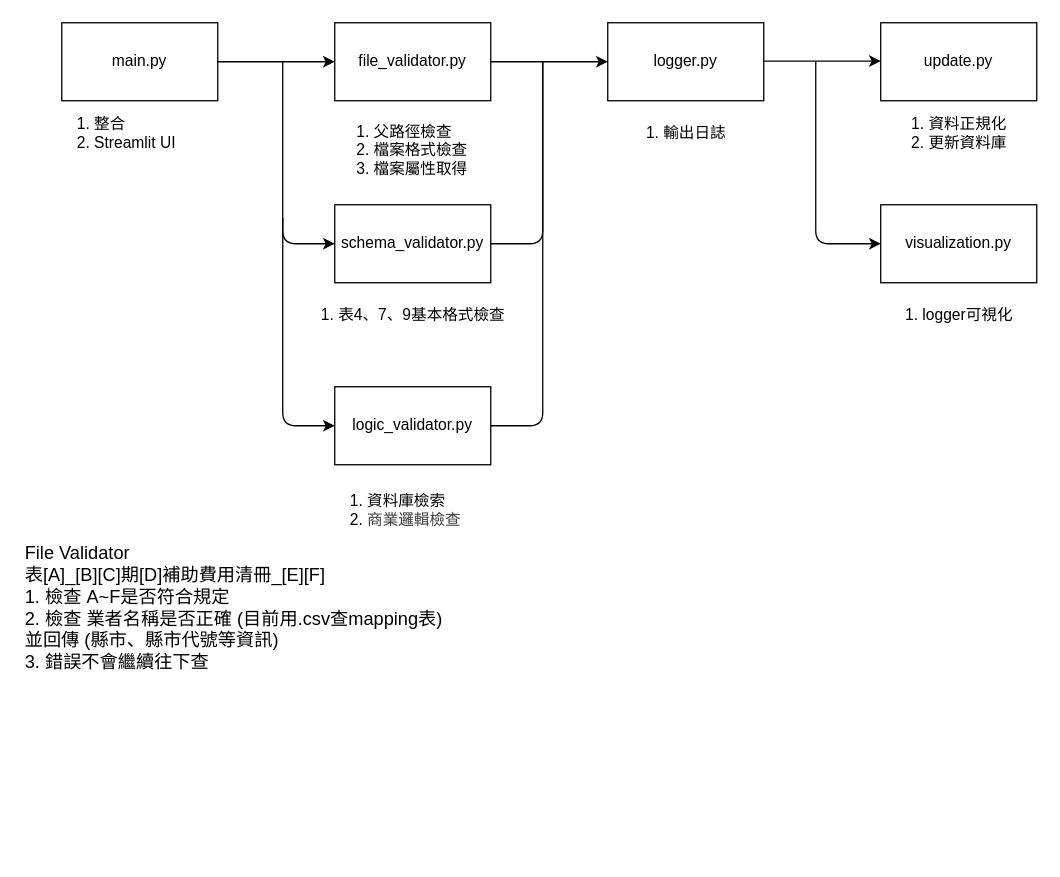
This is page "流程圖" (2 of 2) of system_architecture.drawio from DarriusChen/paybility, a draw.io file, before an edit. Source tidied: cells renumbered, new cells numbered last; positions are measured from the earlier drawing's top-left corner, leaving out a move shared by most shapes. Both pictures are drawn from the tidied source at 130%, with x=0, y=0 at pixel (22, 22).
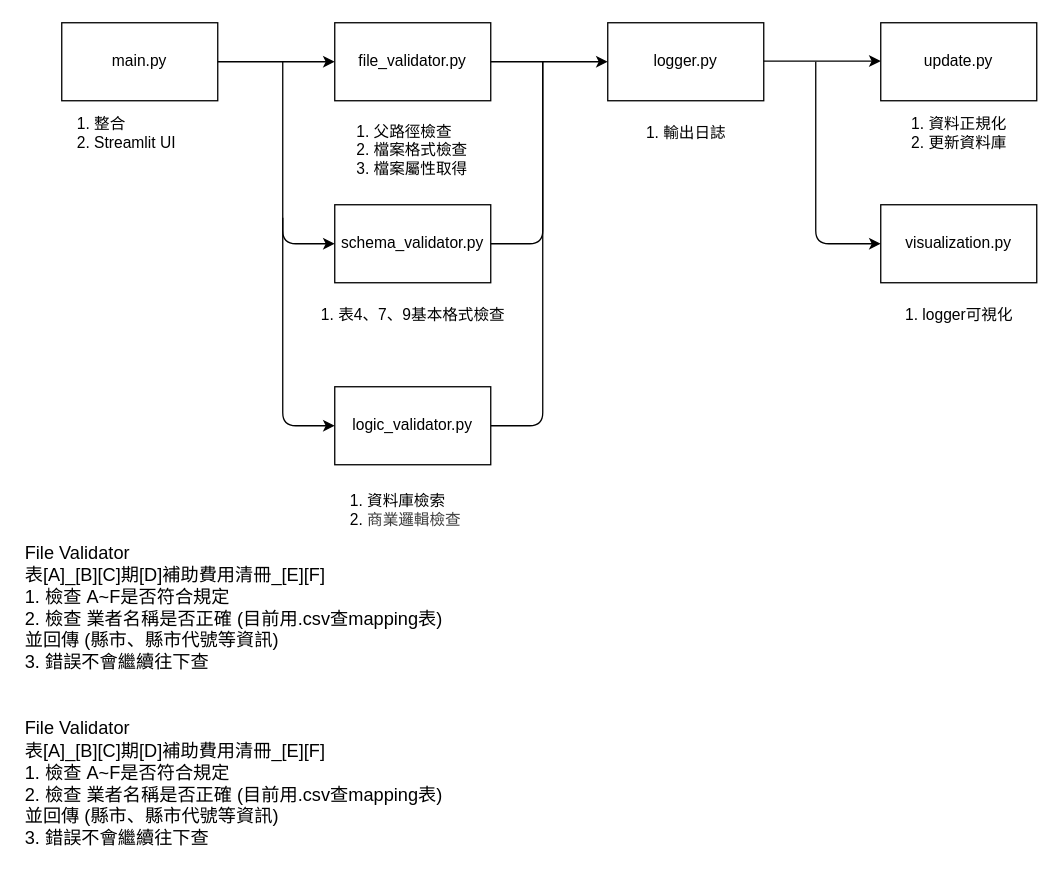
The same page after the edit.

Change to the diagram source:
```diff
@@
+    <mxCell id="25" value="&lt;font style=&quot;font-size: 14px;&quot;&gt;File Validator&lt;br&gt;表[A]_[B][C]期[D]補助費用清冊_[E][F]&lt;br&gt;1. 檢查 A~F是否符合規定&lt;br&gt;2. 檢查 業者名稱是否正確 (目前用.csv查mapping表)&lt;br&gt;並回傳 (縣市、縣市代號等資訊)&lt;br&gt;3. 錯誤不會繼續往下查&lt;/font&gt;" style="text;html=1;align=left;verticalAlign=middle;strokeColor=none;fillColor=none;" parent="1" vertex="1">
+      <mxGeometry y="530" width="340" height="110" as="geometry" />
+    </mxCell>
```
